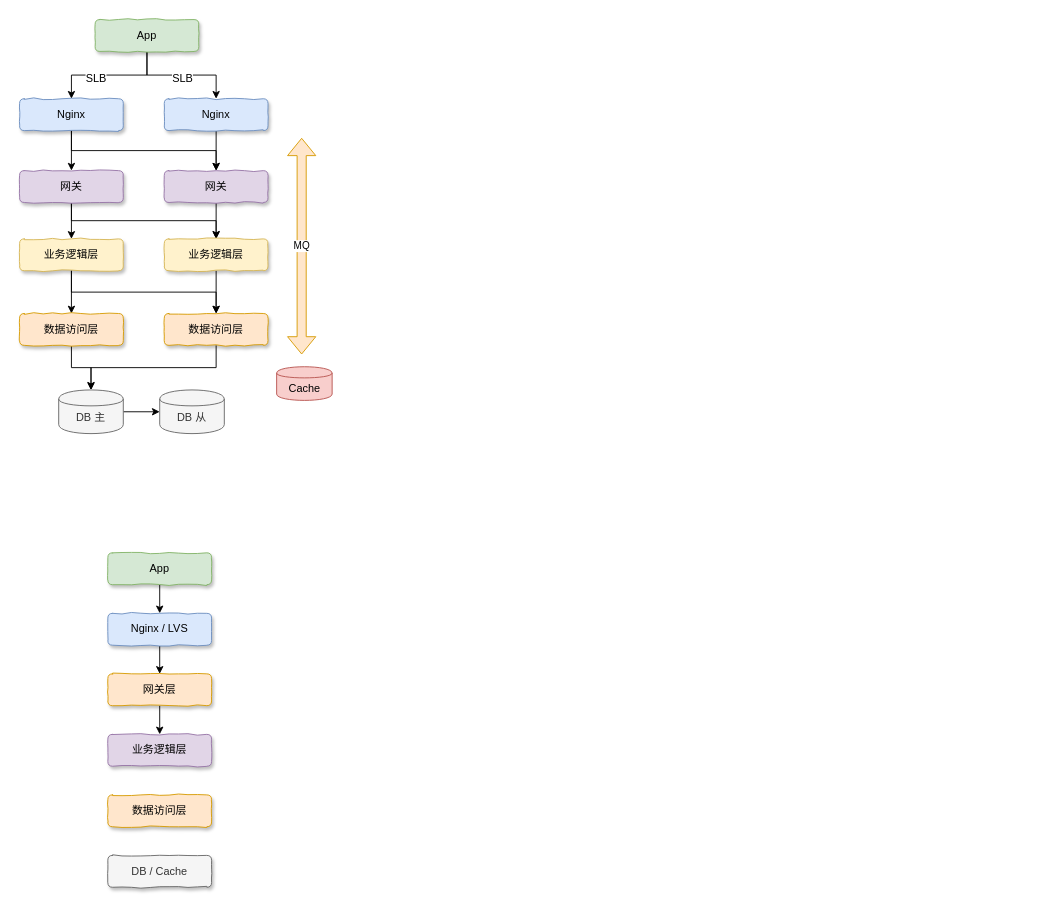
The draw.io diagram 百万架构.drawio in chenyz/EGOTableViewPullRefresh, before the edit. Source tidied: cells renumbered, new cells numbered last; positions are measured from the earlier drawing's top-left corner, leaving out a move shared by most shapes. Both pictures are drawn from the tidied source at 91%, with x=0, y=0 at pixel (19, 19).
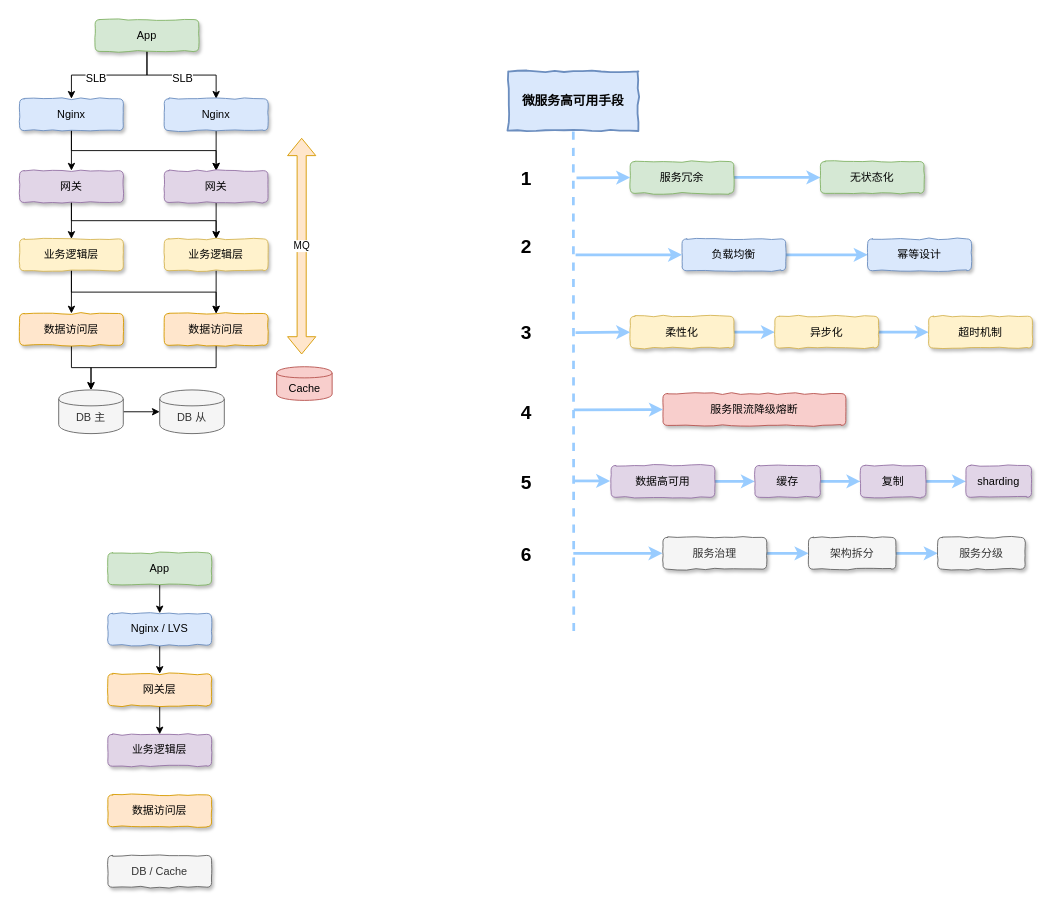
The same page after the edit.

Commit message:
更新百万架构.drawio

The edit, as a diff of the source:
```diff
@@
+    <mxCell id="40" value="&lt;font style=&quot;font-size: 14px&quot;&gt;微服务高可用手段&lt;/font&gt;" style="html=1;whiteSpace=wrap;comic=1;strokeWidth=2;fontFamily=Comic Sans MS;fontStyle=1;fillColor=#dae8fc;strokeColor=#6c8ebf;" parent="1" vertex="1">
+      <mxGeometry x="537" y="57" width="143" height="65" as="geometry" />
+    </mxCell>
+    <mxCell id="41" style="endArrow=none;dashed=1;html=1;entryX=0.5;entryY=1;entryDx=0;entryDy=0;strokeColor=#99CCFF;strokeWidth=3;" parent="1" edge="1" target="40">
+      <mxGeometry relative="1" as="geometry">
+        <mxPoint x="609" y="672" as="sourcePoint" />
+      </mxGeometry>
+    </mxCell>
+    <mxCell id="42" style="edgeStyle=orthogonalEdgeStyle;rounded=0;jettySize=auto;html=1;exitX=1;exitY=0.5;exitDx=0;exitDy=0;entryX=0;entryY=0.5;entryDx=0;entryDy=0;strokeColor=#99CCFF;strokeWidth=3;" parent="1" edge="1" source="43" target="45">
+      <mxGeometry relative="1" as="geometry" />
+    </mxCell>
+    <mxCell id="43" value="服务冗余" style="rounded=1;whiteSpace=wrap;html=1;shadow=1;comic=1;fillColor=#d5e8d4;strokeColor=#82b366;" parent="1" vertex="1">
+      <mxGeometry x="671" y="156" width="114" height="35" as="geometry" />
+    </mxCell>
+    <mxCell id="44" style="endArrow=classic;html=1;strokeColor=#99CCFF;strokeWidth=3;entryX=0;entryY=0.5;entryDx=0;entryDy=0;" parent="1" edge="1" target="43">
+      <mxGeometry relative="1" as="geometry">
+        <mxPoint x="612" y="174" as="sourcePoint" />
+      </mxGeometry>
+    </mxCell>
+    <mxCell id="45" value="无状态化" style="rounded=1;whiteSpace=wrap;html=1;shadow=1;comic=1;fillColor=#d5e8d4;strokeColor=#82b366;" parent="1" vertex="1">
+      <mxGeometry x="880" y="156" width="114" height="35" as="geometry" />
+    </mxCell>
+    <mxCell id="46" style="edgeStyle=orthogonalEdgeStyle;rounded=0;jettySize=auto;html=1;exitX=1;exitY=0.5;exitDx=0;exitDy=0;entryX=0;entryY=0.5;entryDx=0;entryDy=0;strokeColor=#99CCFF;strokeWidth=3;" parent="1" edge="1" source="47" target="49">
+      <mxGeometry relative="1" as="geometry" />
+    </mxCell>
+    <mxCell id="47" value="负载均衡" style="rounded=1;whiteSpace=wrap;html=1;shadow=1;comic=1;fillColor=#dae8fc;strokeColor=#6c8ebf;" parent="1" vertex="1">
+      <mxGeometry x="728" y="241" width="114" height="35" as="geometry" />
+    </mxCell>
+    <mxCell id="48" style="endArrow=classic;html=1;strokeColor=#99CCFF;strokeWidth=3;entryX=0;entryY=0.5;entryDx=0;entryDy=0;" parent="1" edge="1" target="47">
+      <mxGeometry relative="1" as="geometry">
+        <mxPoint x="611" y="258.5" as="sourcePoint" />
+      </mxGeometry>
+    </mxCell>
+    <mxCell id="49" value="幂等设计" style="rounded=1;whiteSpace=wrap;html=1;shadow=1;comic=1;fillColor=#dae8fc;strokeColor=#6c8ebf;" parent="1" vertex="1">
+      <mxGeometry x="932" y="241" width="114" height="35" as="geometry" />
+    </mxCell>
+    <mxCell id="50" style="edgeStyle=orthogonalEdgeStyle;rounded=0;jettySize=auto;html=1;exitX=1;exitY=0.5;exitDx=0;exitDy=0;entryX=0;entryY=0.5;entryDx=0;entryDy=0;strokeColor=#99CCFF;strokeWidth=3;" parent="1" edge="1" source="51" target="54">
+      <mxGeometry relative="1" as="geometry" />
+    </mxCell>
+    <mxCell id="51" value="柔性化" style="rounded=1;whiteSpace=wrap;html=1;shadow=1;comic=1;fillColor=#fff2cc;strokeColor=#d6b656;" parent="1" vertex="1">
+      <mxGeometry x="671" y="326" width="114" height="35" as="geometry" />
+    </mxCell>
+    <mxCell id="52" style="endArrow=classic;html=1;strokeColor=#99CCFF;strokeWidth=3;entryX=0;entryY=0.5;entryDx=0;entryDy=0;" parent="1" edge="1" target="51">
+      <mxGeometry relative="1" as="geometry">
+        <mxPoint x="611" y="344" as="sourcePoint" />
+      </mxGeometry>
+    </mxCell>
+    <mxCell id="53" style="edgeStyle=orthogonalEdgeStyle;rounded=0;jettySize=auto;html=1;exitX=1;exitY=0.5;exitDx=0;exitDy=0;strokeColor=#99CCFF;strokeWidth=3;" parent="1" edge="1" source="54" target="55">
+      <mxGeometry relative="1" as="geometry" />
+    </mxCell>
+    <mxCell id="54" value="异步化" style="rounded=1;whiteSpace=wrap;html=1;shadow=1;comic=1;fillColor=#fff2cc;strokeColor=#d6b656;" parent="1" vertex="1">
+      <mxGeometry x="830" y="326" width="114" height="35" as="geometry" />
+    </mxCell>
+    <mxCell id="55" value="超时机制" style="rounded=1;whiteSpace=wrap;html=1;shadow=1;comic=1;fillColor=#fff2cc;strokeColor=#d6b656;" parent="1" vertex="1">
+      <mxGeometry x="999" y="326" width="114" height="35" as="geometry" />
+    </mxCell>
+    <mxCell id="56" value="服务限流降级熔断" style="rounded=1;whiteSpace=wrap;html=1;shadow=1;comic=1;fillColor=#f8cecc;strokeColor=#b85450;" parent="1" vertex="1">
+      <mxGeometry x="707" y="411" width="201" height="35" as="geometry" />
+    </mxCell>
+    <mxCell id="57" style="endArrow=classic;html=1;strokeColor=#99CCFF;strokeWidth=3;entryX=0;entryY=0.5;entryDx=0;entryDy=0;" parent="1" edge="1" target="56">
+      <mxGeometry relative="1" as="geometry">
+        <mxPoint x="609" y="429" as="sourcePoint" />
+      </mxGeometry>
+    </mxCell>
+    <mxCell id="58" style="edgeStyle=orthogonalEdgeStyle;rounded=0;jettySize=auto;html=1;exitX=1;exitY=0.5;exitDx=0;exitDy=0;entryX=0;entryY=0.5;entryDx=0;entryDy=0;strokeColor=#99CCFF;strokeWidth=3;" parent="1" edge="1" source="59" target="62">
+      <mxGeometry relative="1" as="geometry" />
+    </mxCell>
+    <mxCell id="59" value="数据高可用" style="rounded=1;whiteSpace=wrap;html=1;shadow=1;comic=1;fillColor=#e1d5e7;strokeColor=#9673a6;" parent="1" vertex="1">
+      <mxGeometry x="650" y="490" width="114" height="35" as="geometry" />
+    </mxCell>
+    <mxCell id="60" style="endArrow=classic;html=1;strokeColor=#99CCFF;strokeWidth=3;" parent="1" edge="1">
+      <mxGeometry relative="1" as="geometry">
+        <mxPoint x="608.5" y="507" as="sourcePoint" />
+        <mxPoint x="649" y="507" as="targetPoint" />
+      </mxGeometry>
+    </mxCell>
+    <mxCell id="61" style="edgeStyle=orthogonalEdgeStyle;rounded=0;jettySize=auto;html=1;exitX=1;exitY=0.5;exitDx=0;exitDy=0;entryX=0;entryY=0.5;entryDx=0;entryDy=0;strokeColor=#99CCFF;strokeWidth=3;" parent="1" edge="1" source="62" target="64">
+      <mxGeometry relative="1" as="geometry" />
+    </mxCell>
+    <mxCell id="62" value="缓存" style="rounded=1;whiteSpace=wrap;html=1;shadow=1;comic=1;fillColor=#e1d5e7;strokeColor=#9673a6;" parent="1" vertex="1">
+      <mxGeometry x="808" y="490" width="72" height="35" as="geometry" />
+    </mxCell>
+    <mxCell id="63" style="edgeStyle=orthogonalEdgeStyle;rounded=0;jettySize=auto;html=1;exitX=1;exitY=0.5;exitDx=0;exitDy=0;entryX=0;entryY=0.5;entryDx=0;entryDy=0;strokeColor=#99CCFF;strokeWidth=3;" parent="1" edge="1" source="64" target="65">
+      <mxGeometry relative="1" as="geometry" />
+    </mxCell>
+    <mxCell id="64" value="复制" style="rounded=1;whiteSpace=wrap;html=1;shadow=1;comic=1;fillColor=#e1d5e7;strokeColor=#9673a6;" parent="1" vertex="1">
+      <mxGeometry x="924" y="490" width="72" height="35" as="geometry" />
+    </mxCell>
+    <mxCell id="65" value="sharding" style="rounded=1;whiteSpace=wrap;html=1;shadow=1;comic=1;fillColor=#e1d5e7;strokeColor=#9673a6;" parent="1" vertex="1">
+      <mxGeometry x="1040" y="490" width="72" height="35" as="geometry" />
+    </mxCell>
+    <mxCell id="66" style="edgeStyle=orthogonalEdgeStyle;rounded=0;jettySize=auto;html=1;exitX=1;exitY=0.5;exitDx=0;exitDy=0;entryX=0;entryY=0.5;entryDx=0;entryDy=0;strokeColor=#99CCFF;strokeWidth=3;" parent="1" edge="1" source="67" target="69">
+      <mxGeometry relative="1" as="geometry" />
+    </mxCell>
+    <mxCell id="67" value="服务治理" style="rounded=1;whiteSpace=wrap;html=1;shadow=1;comic=1;fillColor=#f5f5f5;strokeColor=#666666;fontColor=#333333;" parent="1" vertex="1">
+      <mxGeometry x="707" y="569" width="114" height="35" as="geometry" />
+    </mxCell>
+    <mxCell id="68" style="edgeStyle=orthogonalEdgeStyle;rounded=0;jettySize=auto;html=1;exitX=1;exitY=0.5;exitDx=0;exitDy=0;entryX=0;entryY=0.5;entryDx=0;entryDy=0;strokeColor=#99CCFF;strokeWidth=3;" parent="1" edge="1" source="69" target="70">
+      <mxGeometry relative="1" as="geometry" />
+    </mxCell>
+    <mxCell id="69" value="架构拆分" style="rounded=1;whiteSpace=wrap;html=1;shadow=1;comic=1;fillColor=#f5f5f5;strokeColor=#666666;fontColor=#333333;" parent="1" vertex="1">
+      <mxGeometry x="867" y="569" width="96" height="35" as="geometry" />
+    </mxCell>
+    <mxCell id="70" value="服务分级" style="rounded=1;whiteSpace=wrap;html=1;shadow=1;comic=1;fillColor=#f5f5f5;strokeColor=#666666;fontColor=#333333;" parent="1" vertex="1">
+      <mxGeometry x="1009" y="569" width="96" height="35" as="geometry" />
+    </mxCell>
+    <mxCell id="71" style="endArrow=classic;html=1;strokeColor=#99CCFF;strokeWidth=3;entryX=0;entryY=0.5;entryDx=0;entryDy=0;" parent="1" edge="1">
+      <mxGeometry relative="1" as="geometry">
+        <mxPoint x="608.5" y="586.5" as="sourcePoint" />
+        <mxPoint x="706.5" y="586.5" as="targetPoint" />
+      </mxGeometry>
+    </mxCell>
+    <mxCell id="72" value="&lt;font size=&quot;1&quot;&gt;&lt;b style=&quot;font-size: 21px&quot;&gt;1&lt;/b&gt;&lt;/font&gt;" style="text;html=1;strokeColor=none;fillColor=none;align=center;verticalAlign=middle;whiteSpace=wrap;rounded=0;" parent="1" vertex="1">
+      <mxGeometry x="537" y="164" width="40" height="20" as="geometry" />
+    </mxCell>
+    <mxCell id="73" value="&lt;font size=&quot;1&quot;&gt;&lt;b style=&quot;font-size: 21px&quot;&gt;2&lt;/b&gt;&lt;/font&gt;" style="text;html=1;strokeColor=none;fillColor=none;align=center;verticalAlign=middle;whiteSpace=wrap;rounded=0;" parent="1" vertex="1">
+      <mxGeometry x="537" y="238.5" width="40" height="20" as="geometry" />
+    </mxCell>
+    <mxCell id="74" value="&lt;font size=&quot;1&quot;&gt;&lt;b style=&quot;font-size: 21px&quot;&gt;3&lt;/b&gt;&lt;/font&gt;" style="text;html=1;strokeColor=none;fillColor=none;align=center;verticalAlign=middle;whiteSpace=wrap;rounded=0;" parent="1" vertex="1">
+      <mxGeometry x="537" y="333.5" width="40" height="20" as="geometry" />
+    </mxCell>
+    <mxCell id="75" value="&lt;font size=&quot;1&quot;&gt;&lt;b style=&quot;font-size: 21px&quot;&gt;4&lt;/b&gt;&lt;/font&gt;" style="text;html=1;strokeColor=none;fillColor=none;align=center;verticalAlign=middle;whiteSpace=wrap;rounded=0;" parent="1" vertex="1">
+      <mxGeometry x="537" y="421" width="40" height="20" as="geometry" />
+    </mxCell>
+    <mxCell id="76" value="&lt;font size=&quot;1&quot;&gt;&lt;b style=&quot;font-size: 21px&quot;&gt;5&lt;/b&gt;&lt;/font&gt;" style="text;html=1;strokeColor=none;fillColor=none;align=center;verticalAlign=middle;whiteSpace=wrap;rounded=0;" parent="1" vertex="1">
+      <mxGeometry x="537" y="497.5" width="40" height="20" as="geometry" />
+    </mxCell>
+    <mxCell id="77" value="&lt;font size=&quot;1&quot;&gt;&lt;b style=&quot;font-size: 21px&quot;&gt;6&lt;/b&gt;&lt;/font&gt;" style="text;html=1;strokeColor=none;fillColor=none;align=center;verticalAlign=middle;whiteSpace=wrap;rounded=0;" parent="1" vertex="1">
+      <mxGeometry x="537" y="576.5" width="40" height="20" as="geometry" />
+    </mxCell>
```
